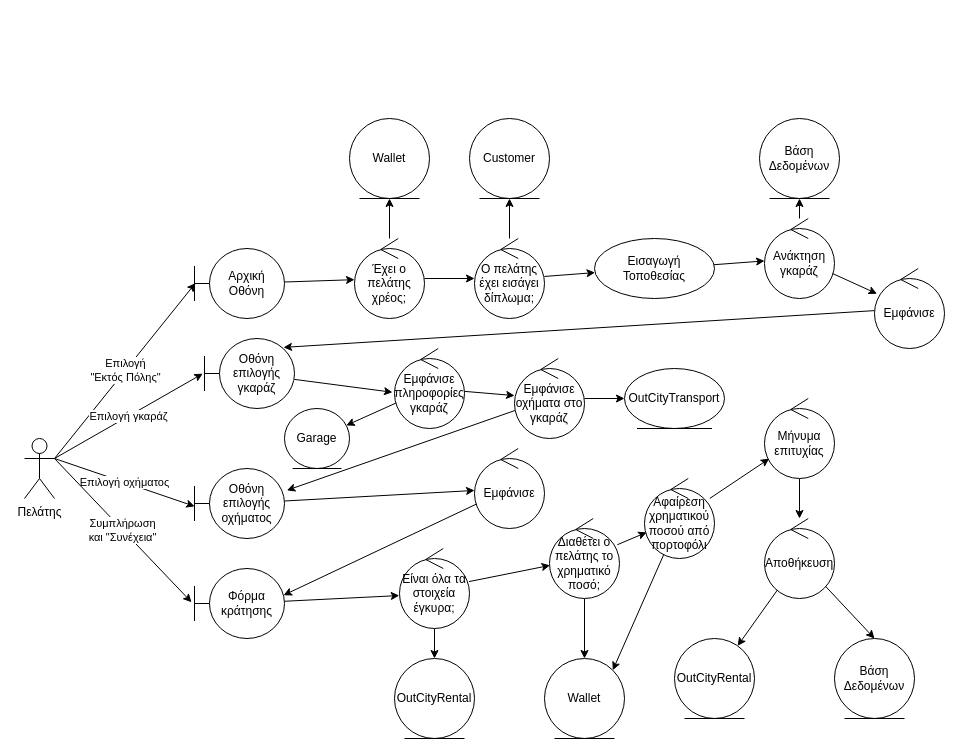
The draw.io diagram Part_2/Robustness/diagrams/11_Βραχυπρόθεσμο_Ταξίδι.drawio in Nikolis2002/texnoligia_logismikou, before the edit. Source tidied: cells renumbered, new cells numbered last; positions are measured from the earlier drawing's top-left corner, leaving out a move shared by most shapes. Both pictures are drawn from the tidied source at 100%, with x=0, y=0 at pixel (24, 118).
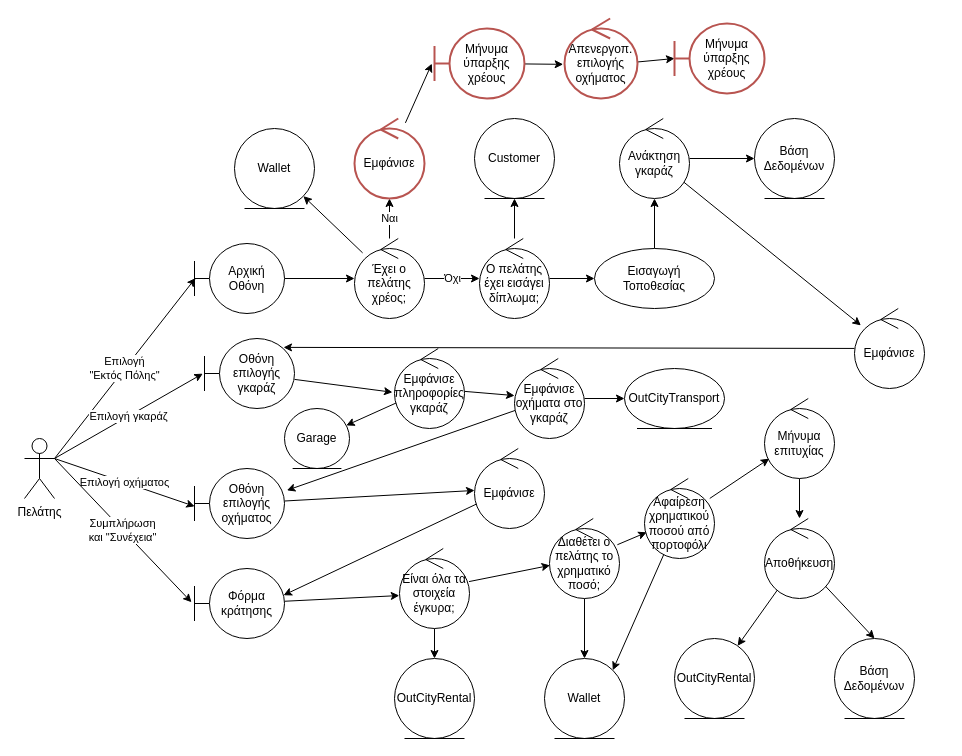
After the change.

The change refers to these unchanged cells:
```xml
<mxCell id="11" value="Έχει ο πελάτης χρέος;" style="ellipse;shape=umlControl;whiteSpace=wrap;html=1;" parent="1" vertex="1">
  <mxGeometry x="330" y="120" width="70" height="80" as="geometry" />
</mxCell>
```

The edit, as a diff of the source:
```diff
@@
     <mxCell id="8" value="Αρχική Οθόνη" style="shape=umlBoundary;whiteSpace=wrap;html=1;" parent="1" vertex="1">
-      <mxGeometry x="170" y="130" width="90" height="70" as="geometry" />
+      <mxGeometry x="170" y="125" width="90" height="70" as="geometry" />
     </mxCell>
-    <mxCell id="9" style="edgeStyle=none;html=1;" parent="1" edge="1" source="11" target="14">
+    <mxCell id="9" value="Όχι" style="edgeStyle=none;html=1;" parent="1" edge="1" source="11" target="14">
       <mxGeometry relative="1" as="geometry" />
     </mxCell>
@@
+    <mxCell id="59" value="Ναι" style="edgeStyle=none;html=1;" parent="1" edge="1" source="11" target="61">
+      <mxGeometry relative="1" as="geometry" />
+    </mxCell>
@@
     <mxCell id="14" value="Ο πελάτης έχει εισάγει δίπλωμα;" style="ellipse;shape=umlControl;whiteSpace=wrap;html=1;" parent="1" vertex="1">
-      <mxGeometry x="450" y="120" width="70" height="80" as="geometry" />
+      <mxGeometry x="455" y="120" width="70" height="80" as="geometry" />
     </mxCell>
     <mxCell id="15" value="Wallet" style="ellipse;shape=umlEntity;whiteSpace=wrap;html=1;" parent="1" vertex="1">
-      <mxGeometry x="325" width="80" height="80" as="geometry" />
+      <mxGeometry x="210" y="10" width="80" height="80" as="geometry" />
     </mxCell>
     <mxCell id="16" value="Customer" style="ellipse;shape=umlEntity;whiteSpace=wrap;html=1;" parent="1" vertex="1">
-      <mxGeometry x="445" width="80" height="80" as="geometry" />
+      <mxGeometry x="450" width="80" height="80" as="geometry" />
     </mxCell>
@@
     <mxCell id="18" value="Εισαγωγή Τοποθεσίας" style="ellipse;whiteSpace=wrap;html=1;" parent="1" vertex="1">
-      <mxGeometry x="570" y="120" width="120" height="60" as="geometry" />
+      <mxGeometry x="570" y="130" width="120" height="60" as="geometry" />
     </mxCell>
@@
     <mxCell id="21" value="Ανάκτηση γκαράζ" style="ellipse;shape=umlControl;whiteSpace=wrap;html=1;" parent="1" vertex="1">
-      <mxGeometry x="740" y="100" width="70" height="80" as="geometry" />
+      <mxGeometry x="595" width="70" height="80" as="geometry" />
     </mxCell>
     <mxCell id="22" value="Βάση Δεδομένων" style="ellipse;shape=umlEntity;whiteSpace=wrap;html=1;" parent="1" vertex="1">
-      <mxGeometry x="735" width="80" height="80" as="geometry" />
+      <mxGeometry x="730" width="80" height="80" as="geometry" />
     </mxCell>
@@
     <mxCell id="24" value="Εμφάνισε" style="ellipse;shape=umlControl;whiteSpace=wrap;html=1;" parent="1" vertex="1">
-      <mxGeometry x="850" y="150" width="70" height="80" as="geometry" />
+      <mxGeometry x="830" y="190" width="70" height="80" as="geometry" />
     </mxCell>
@@
+    <mxCell id="60" style="edgeStyle=none;html=1;entryX=-0.03;entryY=0.502;entryDx=0;entryDy=0;entryPerimeter=0;" parent="1" edge="1" source="61" target="63">
+      <mxGeometry relative="1" as="geometry" />
+    </mxCell>
+    <mxCell id="61" value="Εμφάνισε" style="ellipse;shape=umlControl;whiteSpace=wrap;html=1;fillColor=default;strokeColor=#b85450;strokeWidth=2;" parent="1" vertex="1">
+      <mxGeometry x="330" width="70" height="80" as="geometry" />
+    </mxCell>
+    <mxCell id="62" style="edgeStyle=none;html=1;entryX=-0.018;entryY=0.573;entryDx=0;entryDy=0;entryPerimeter=0;" parent="1" edge="1" source="63" target="65">
+      <mxGeometry relative="1" as="geometry" />
+    </mxCell>
+    <mxCell id="63" value="Μήνυμα ύπαρξης χρέους" style="shape=umlBoundary;whiteSpace=wrap;html=1;fillColor=none;strokeColor=#b85450;strokeWidth=2;" parent="1" vertex="1">
+      <mxGeometry x="410" y="-90" width="90" height="70" as="geometry" />
+    </mxCell>
+    <mxCell id="64" style="edgeStyle=none;html=1;" parent="1" edge="1" source="65" target="66">
+      <mxGeometry relative="1" as="geometry" />
+    </mxCell>
+    <mxCell id="65" value="Απενεργοπ. επιλογής οχήματος" style="ellipse;shape=umlControl;whiteSpace=wrap;html=1;fillColor=default;strokeColor=#b85450;strokeWidth=2;" parent="1" vertex="1">
+      <mxGeometry x="540" y="-100" width="73" height="80" as="geometry" />
+    </mxCell>
+    <mxCell id="66" value="Μήνυμα ύπαρξης χρέους" style="shape=umlBoundary;whiteSpace=wrap;html=1;fillColor=none;strokeColor=#b85450;strokeWidth=2;" parent="1" vertex="1">
+      <mxGeometry x="650" y="-95" width="90" height="70" as="geometry" />
+    </mxCell>
```
